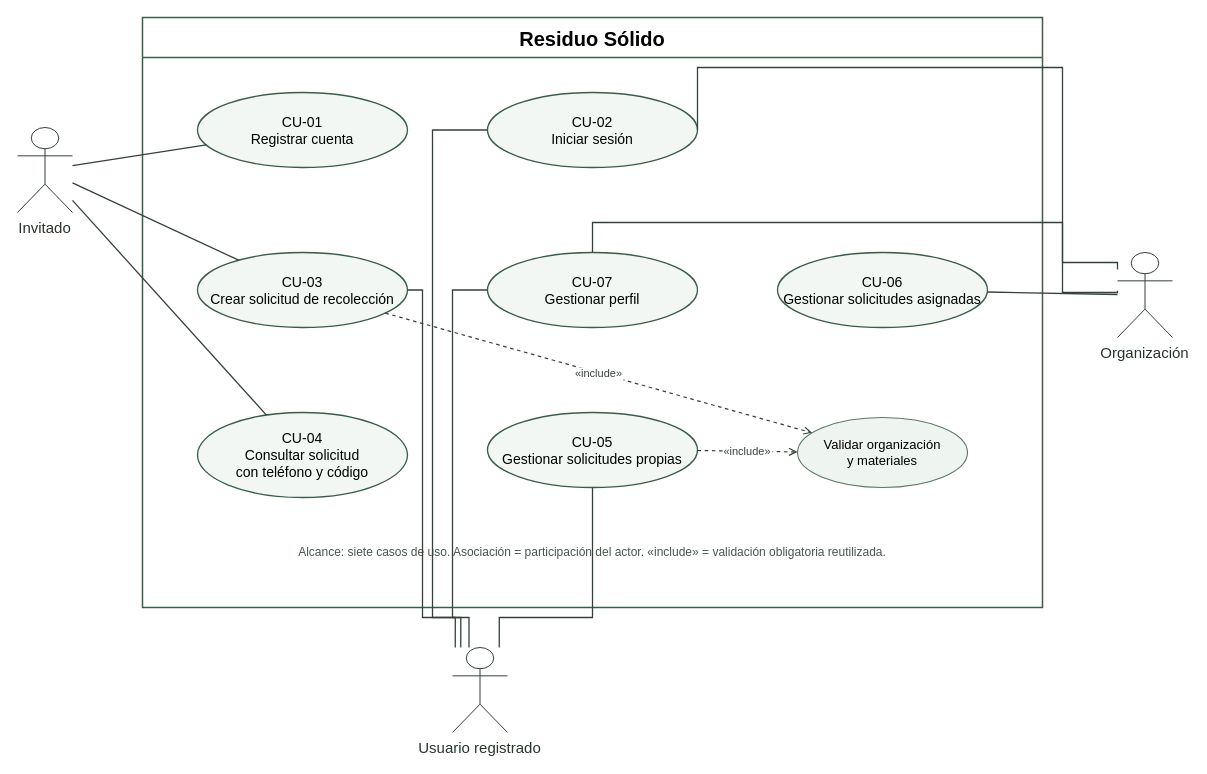
Above: docs/diagrams/figura1-casos-uso.drawio in fedegonc/residuosolido (draw.io), before the change. Source tidied: cells renumbered, new cells numbered last; positions are measured from the earlier drawing's top-left corner, leaving out a move shared by most shapes. Both pictures are drawn from the tidied source at 100%, with x=0, y=0 at pixel (17, 17).
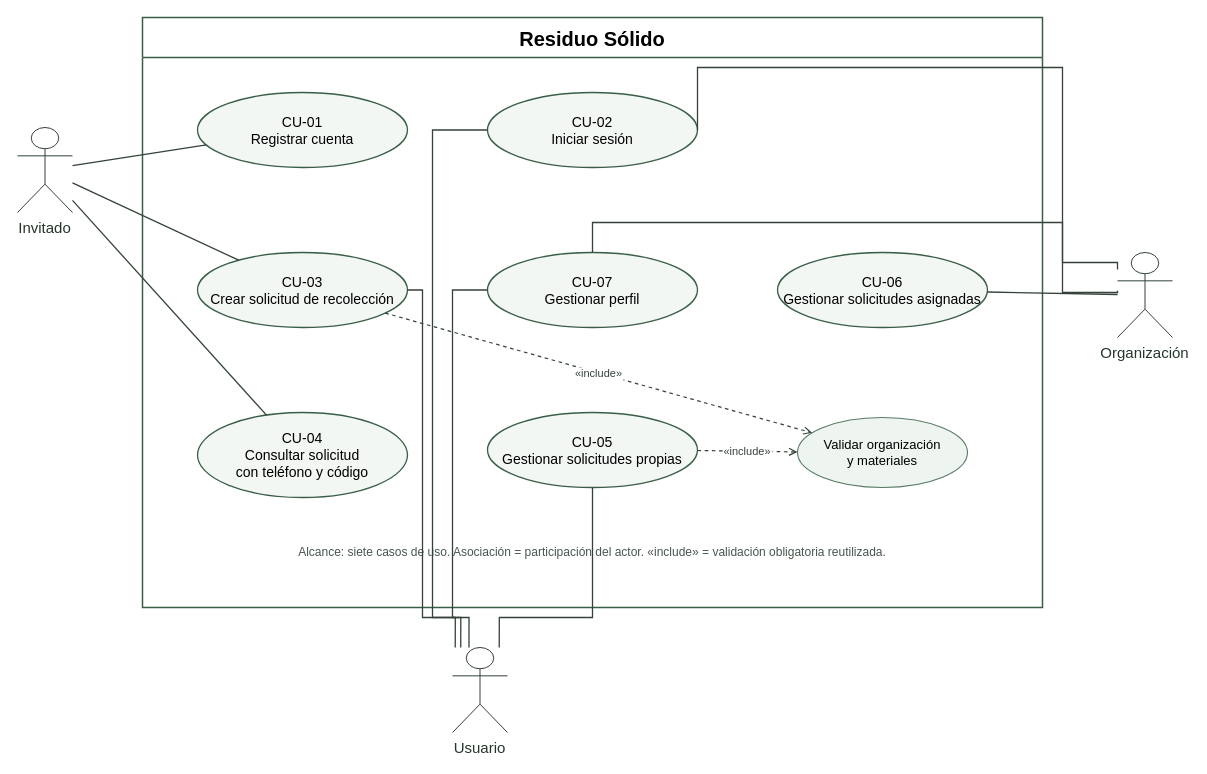
The same page after the edit.

What changed in the source:
```diff
@@
-    <mxCell id="4" value="Usuario registrado" style="shape=umlActor;verticalLabelPosition=bottom;verticalAlign=top;html=0;fontFamily=Helvetica;fontSize=15;fontColor=#25362b;strokeColor=#344239;" parent="1" vertex="1">
+    <mxCell id="4" value="Usuario" style="shape=umlActor;verticalLabelPosition=bottom;verticalAlign=top;html=0;fontFamily=Helvetica;fontSize=15;fontColor=#25362b;strokeColor=#344239;" parent="1" vertex="1">
       <mxGeometry x="435" y="630" width="55" height="85" as="geometry" />
     </mxCell>
```
